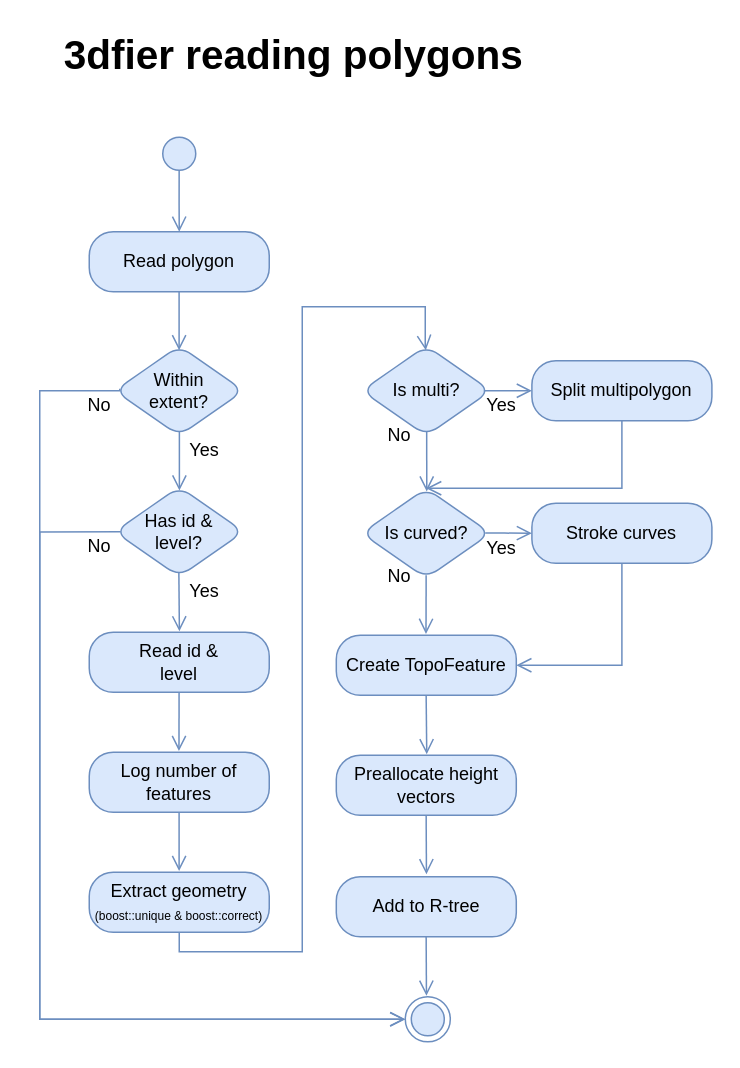
Before: resources/flowdiagrams/3dfier reading polygons.drawio in tudelft3d/3dfier, a draw.io diagram. Source tidied: cells renumbered, new cells numbered last; positions are measured from the earlier drawing's top-left corner, leaving out a move shared by most shapes. Both pictures are drawn from the tidied source at 150%, with x=0, y=0 at pixel (39, 26).
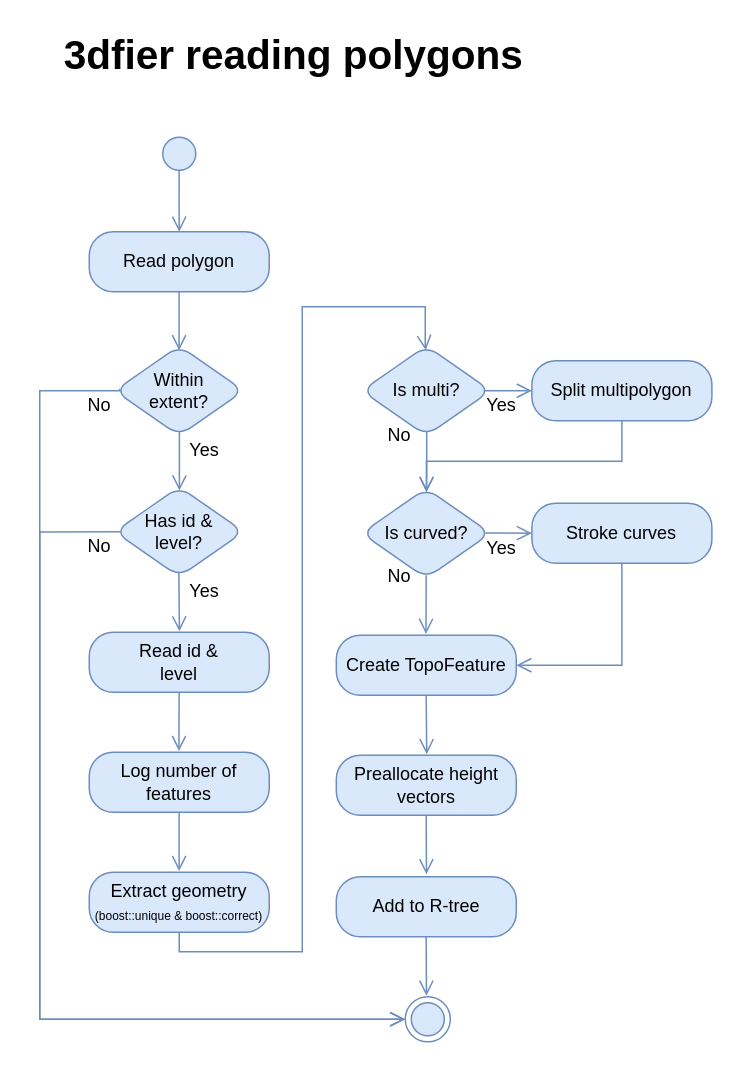
After the change.

Commit message (it also covers changes not shown here):
update flow diagrams

The change refers to these unchanged cells:
```xml
<mxCell id="18" value="Split multipolygon" style="rounded=1;whiteSpace=wrap;html=1;arcSize=40;fillColor=#dae8fc;strokeColor=#6c8ebf;shadow=0;" parent="1" vertex="1">
  <mxGeometry x="328.1" y="223" width="120" height="40" as="geometry" />
</mxCell>
<mxCell id="20" value="Is multi?" style="rhombus;whiteSpace=wrap;html=1;fillColor=#dae8fc;strokeColor=#6c8ebf;rounded=1;shadow=0;strokeWidth=1;perimeterSpacing=0;" parent="1" vertex="1">
  <mxGeometry x="214.7" y="213" width="86" height="60" as="geometry" />
</mxCell>
<mxCell id="28" value="Is curved?" style="rhombus;whiteSpace=wrap;html=1;fillColor=#dae8fc;strokeColor=#6c8ebf;rounded=1;shadow=0;strokeWidth=1;perimeterSpacing=0;" parent="1" vertex="1">
  <mxGeometry x="214.6" y="308" width="86" height="60" as="geometry" />
</mxCell>
```

What changed in the source:
```diff
@@
-    <mxCell id="19" style="edgeStyle=orthogonalEdgeStyle;rounded=0;jettySize=auto;html=1;shadow=0;fontColor=#ffffff;fillColor=#dae8fc;strokeColor=#6c8ebf;endArrow=open;endFill=0;endSize=8;entryX=0.5;entryY=0;entryDx=0;entryDy=0;exitX=0.5;exitY=1;exitDx=0;exitDy=0;" parent="1" edge="1" source="18" target="28">
+    <mxCell id="19" style="edgeStyle=orthogonalEdgeStyle;rounded=0;jettySize=auto;html=1;shadow=0;fontColor=#ffffff;fillColor=#dae8fc;strokeColor=#6c8ebf;endArrow=open;endFill=0;endSize=8;entryX=0.502;entryY=0.043;entryDx=0;entryDy=0;exitX=0.5;exitY=1;exitDx=0;exitDy=0;entryPerimeter=0;" parent="1" edge="1" source="18" target="28">
       <mxGeometry relative="1" as="geometry">
         <Array as="points">
-          <mxPoint x="388" y="308" />
+          <mxPoint x="388" y="290" />
+          <mxPoint x="258" y="290" />
         </Array>
       </mxGeometry>
     </mxCell>
@@
-    <mxCell id="23" style="edgeStyle=orthogonalEdgeStyle;rounded=0;jettySize=auto;html=1;shadow=0;fontColor=#ffffff;exitX=0.503;exitY=0.957;exitDx=0;exitDy=0;entryX=0.5;entryY=0;entryDx=0;entryDy=0;fillColor=#dae8fc;strokeColor=#6c8ebf;endSize=8;endArrow=open;endFill=0;exitPerimeter=0;" parent="1" edge="1" source="20">
-      <mxGeometry relative="1" as="geometry">
-        <mxPoint x="258" y="310.2" as="targetPoint" />
-      </mxGeometry>
+    <mxCell id="23" style="edgeStyle=orthogonalEdgeStyle;rounded=0;jettySize=auto;html=1;shadow=0;fontColor=#ffffff;exitX=0.503;exitY=0.957;exitDx=0;exitDy=0;entryX=0.503;entryY=0.043;entryDx=0;entryDy=0;fillColor=#dae8fc;strokeColor=#6c8ebf;endSize=8;endArrow=open;endFill=0;exitPerimeter=0;entryPerimeter=0;" parent="1" edge="1" source="20" target="28">
+      <mxGeometry relative="1" as="geometry" />
     </mxCell>
```
